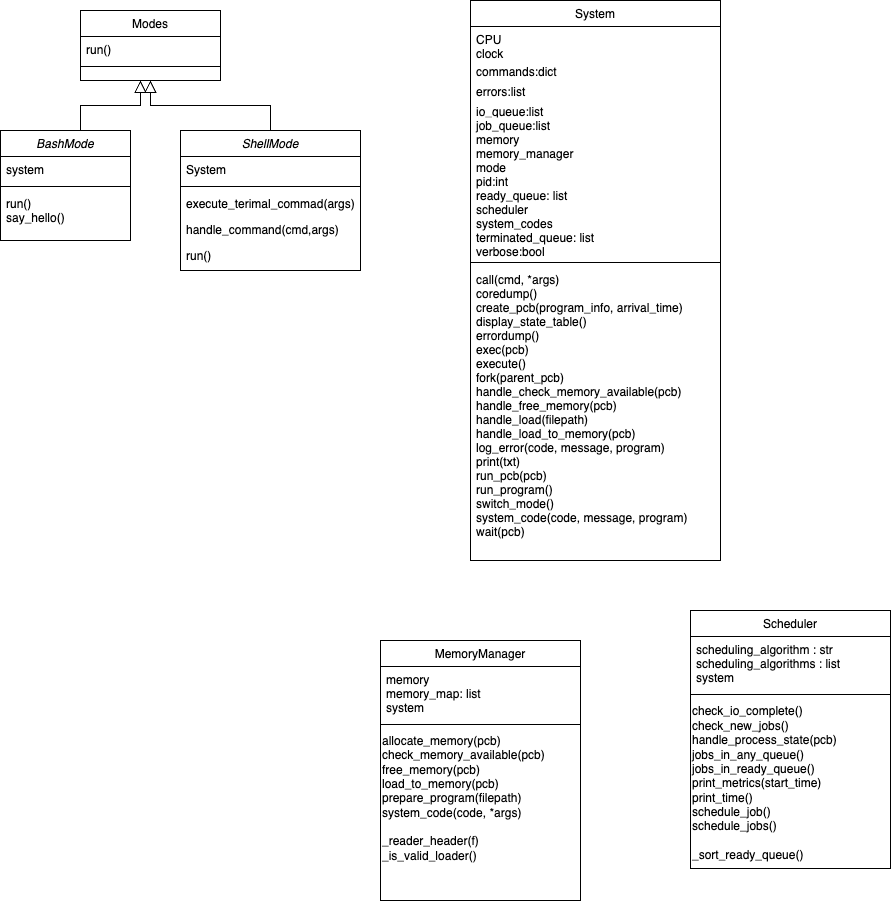
Above: directions/M3_class_diagram.drawio.png in Luly7/new-repo (draw.io), before the change. Source tidied: cells renumbered, new cells last; positions are measured from the earlier drawing's top-left corner, leaving out a move shared by most shapes.
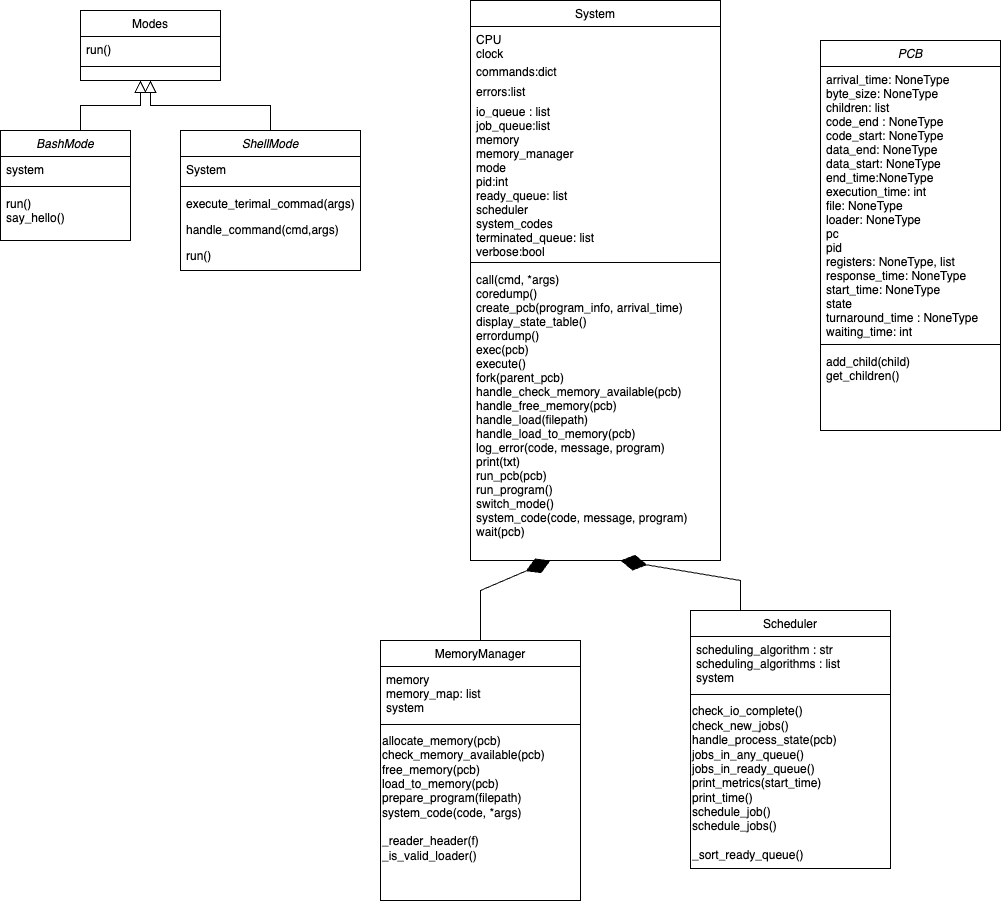
The same diagram one commit later.

The edit, as a diff of the source:
```diff
@@ -59,7 +59,7 @@
     <mxCell id="20" value="errors:list" style="text;align=left;verticalAlign=top;spacingLeft=4;spacingRight=4;overflow=hidden;rounded=0;shadow=0;html=0;" parent="16" vertex="1">
       <mxGeometry y="78" width="250" height="20" as="geometry" />
     </mxCell>
-    <mxCell id="21" value="io_queue:list&#10;" style="text;align=left;verticalAlign=top;spacingLeft=4;spacingRight=4;overflow=hidden;rounded=0;shadow=0;html=0;" parent="16" vertex="1">
+    <mxCell id="21" value="io_queue : list&#10;" style="text;align=left;verticalAlign=top;spacingLeft=4;spacingRight=4;overflow=hidden;rounded=0;shadow=0;html=0;" parent="16" vertex="1">
       <mxGeometry y="98" width="250" height="14" as="geometry" />
     </mxCell>
     <mxCell id="22" value="job_queue:list&#10;memory&#10;memory_manager&#10;mode&#10;pid:int&#10;ready_queue: list&#10;scheduler&#10;system_codes&#10;terminated_queue: list&#10;verbose:bool" style="text;align=left;verticalAlign=top;spacingLeft=4;spacingRight=4;overflow=hidden;" parent="16" vertex="1">
@@ -101,5 +101,33 @@
     <mxCell id="33" value="check_io_complete()&lt;div&gt;check_new_jobs()&lt;/div&gt;&lt;div&gt;handle_process_state(pcb)&lt;/div&gt;&lt;div&gt;jobs_in_any_queue()&lt;/div&gt;&lt;div&gt;jobs_in_ready_queue()&lt;/div&gt;&lt;div&gt;print_metrics(start_time)&lt;/div&gt;&lt;div&gt;print_time()&lt;/div&gt;&lt;div&gt;schedule_job()&lt;/div&gt;&lt;div&gt;schedule_jobs()&lt;/div&gt;&lt;div&gt;&lt;br&gt;&lt;/div&gt;&lt;div&gt;_sort_ready_queue()&lt;/div&gt;" style="text;html=1;align=left;verticalAlign=middle;strokeColor=none;fillColor=none;" parent="30" vertex="1">
       <mxGeometry y="88" width="200" height="170" as="geometry" />
     </mxCell>
+    <mxCell id="34" style="endArrow=diamondThin;endFill=1;endSize=24;html=1;rounded=0;exitX=0.25;exitY=0;exitDx=0;exitDy=0;" parent="1" edge="1" source="30">
+      <mxGeometry relative="1" as="geometry">
+        <mxPoint x="620" y="560" as="targetPoint" />
+        <Array as="points">
+          <mxPoint x="740" y="580" />
+        </Array>
+      </mxGeometry>
+    </mxCell>
+    <mxCell id="35" style="endArrow=diamondThin;endFill=1;endSize=24;html=1;rounded=0;exitX=0.5;exitY=0;exitDx=0;exitDy=0;" parent="1" edge="1" source="8">
+      <mxGeometry relative="1" as="geometry">
+        <mxPoint x="550" y="560" as="targetPoint" />
+        <Array as="points">
+          <mxPoint x="480" y="590" />
+        </Array>
+      </mxGeometry>
+    </mxCell>
+    <mxCell id="36" value="PCB" style="swimlane;fontStyle=2;align=center;verticalAlign=top;horizontal=1;startSize=26;rounded=0;shadow=0;strokeWidth=1;" parent="1" vertex="1">
+      <mxGeometry x="820" y="40" width="180" height="390" as="geometry" />
+    </mxCell>
+    <mxCell id="37" value="arrival_time: NoneType&#10;byte_size: NoneType&#10;children: list&#10;code_end : NoneType&#10;code_start: NoneType&#10;data_end: NoneType&#10;data_start: NoneType&#10;end_time:NoneType&#10;execution_time: int&#10;file: NoneType&#10;loader: NoneType&#10;pc&#10;pid&#10;registers: NoneType, list&#10;response_time: NoneType&#10;start_time: NoneType&#10;state&#10;turnaround_time : NoneType&#10;waiting_time: int&#10;" style="text;align=left;verticalAlign=top;spacingLeft=4;spacingRight=4;overflow=hidden;rounded=0;shadow=0;html=0;" parent="36" vertex="1">
+      <mxGeometry y="26" width="180" height="274" as="geometry" />
+    </mxCell>
+    <mxCell id="38" style="line;html=1;strokeWidth=1;align=left;verticalAlign=middle;spacingTop=-1;spacingLeft=3;spacingRight=3;labelPosition=right;" parent="36" vertex="1">
+      <mxGeometry y="300" width="180" height="8" as="geometry" />
+    </mxCell>
+    <mxCell id="39" value="add_child(child)&#10;get_children()&#10;" style="text;align=left;verticalAlign=top;spacingLeft=4;spacingRight=4;overflow=hidden;" parent="36" vertex="1">
+      <mxGeometry y="308" width="180" height="72" as="geometry" />
+    </mxCell>
   </root>
 </mxGraphModel>
```
